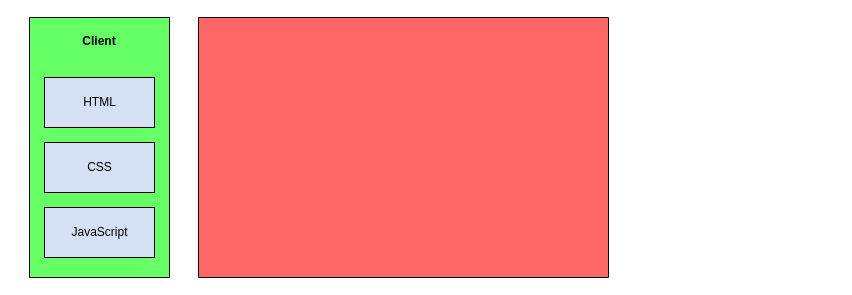
StarSkiller/Diagrams keeps this draw.io diagram as diagrams SWP/Unbenanntes Diagramm.drawio. Above is the earlier version. Source tidied: cells renumbered, new cells numbered last; positions are measured from the earlier drawing's top-left corner, leaving out a move shared by most shapes. Both pictures are drawn from the tidied source at 100%, with x=0, y=0 at pixel (29, 17).
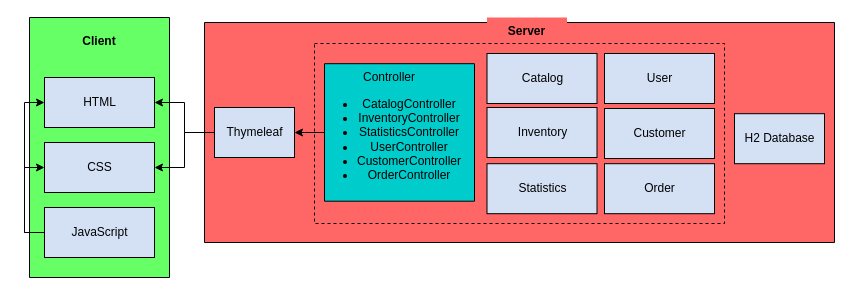
The same page after the edit.

The change refers to these unchanged cells:
```xml
<mxCell id="4" value="CSS" style="html=1;fillColor=#D4E1F5;" parent="1" vertex="1">
  <mxGeometry x="15" y="125" width="110" height="50" as="geometry" />
</mxCell>
<mxCell id="5" value="HTML" style="html=1;fillColor=#D4E1F5;" parent="1" vertex="1">
  <mxGeometry x="15" y="60" width="110" height="50" as="geometry" />
</mxCell>
<mxCell id="6" value="JavaScript" style="html=1;fillColor=#D4E1F5;" parent="1" vertex="1">
  <mxGeometry x="15" y="190" width="110" height="50" as="geometry" />
</mxCell>
```

Diff of the diagram source:
```diff
@@
+    <mxCell id="8" style="edgeStyle=orthogonalEdgeStyle;rounded=0;jettySize=auto;html=1;exitX=0;exitY=0.5;exitDx=0;exitDy=0;entryX=0;entryY=0.5;entryDx=0;entryDy=0;" parent="1" edge="1" source="6" target="4">
+      <mxGeometry relative="1" as="geometry" />
+    </mxCell>
+    <mxCell id="9" style="edgeStyle=orthogonalEdgeStyle;rounded=0;jettySize=auto;html=1;exitX=0;exitY=0.5;exitDx=0;exitDy=0;entryX=0;entryY=0.5;entryDx=0;entryDy=0;" parent="1" edge="1" source="6" target="5">
+      <mxGeometry relative="1" as="geometry" />
+    </mxCell>
@@
     <mxCell id="7" style="verticalLabelPosition=bottom;verticalAlign=top;html=1;shape=mxgraph.basic.rect;fillColor2=none;strokeWidth=1;size=20;indent=5;fillColor=#FF6666;" parent="1" vertex="1">
-      <mxGeometry x="169" width="410" height="260" as="geometry" />
+      <mxGeometry x="175" y="5" width="630" height="220" as="geometry" />
     </mxCell>
+    <mxCell id="10" value="Server" style="text;align=center;fontStyle=1;verticalAlign=middle;spacingLeft=3;spacingRight=3;strokeColor=none;fillColor=#FF6666;" parent="1" vertex="1">
+      <mxGeometry x="457.5" width="80" height="26" as="geometry" />
+    </mxCell>
+    <mxCell id="11" style="edgeStyle=orthogonalEdgeStyle;rounded=0;jettySize=auto;html=1;exitX=0;exitY=0.5;exitDx=0;exitDy=0;entryX=1;entryY=0.5;entryDx=0;entryDy=0;" parent="1" edge="1" source="13" target="5">
+      <mxGeometry relative="1" as="geometry" />
+    </mxCell>
+    <mxCell id="12" style="edgeStyle=orthogonalEdgeStyle;rounded=0;jettySize=auto;html=1;entryX=1;entryY=0.5;entryDx=0;entryDy=0;" parent="1" edge="1" source="13" target="4">
+      <mxGeometry relative="1" as="geometry" />
+    </mxCell>
+    <mxCell id="13" value="Thymeleaf" style="html=1;fillColor=#D4E1F5;" parent="1" vertex="1">
+      <mxGeometry x="185" y="90" width="80" height="50" as="geometry" />
+    </mxCell>
+    <mxCell id="14" style="verticalLabelPosition=bottom;verticalAlign=top;html=1;shape=mxgraph.basic.rect;fillColor2=none;strokeWidth=1;size=20;indent=5;fillColor=#FF6666;dashed=1;" parent="1" vertex="1">
+      <mxGeometry x="285" y="26" width="410" height="180" as="geometry" />
+    </mxCell>
+    <mxCell id="15" style="edgeStyle=orthogonalEdgeStyle;rounded=0;jettySize=auto;html=1;entryX=1;entryY=0.5;entryDx=0;entryDy=0;" parent="1" edge="1" source="23" target="13">
+      <mxGeometry relative="1" as="geometry" />
+    </mxCell>
+    <mxCell id="16" value="Catalog" style="html=1;fillColor=#D4E1F5;" parent="1" vertex="1">
+      <mxGeometry x="457.5" y="36" width="110" height="50" as="geometry" />
+    </mxCell>
+    <mxCell id="17" value="Order" style="html=1;fillColor=#D4E1F5;" parent="1" vertex="1">
+      <mxGeometry x="575" y="146.2" width="110" height="50" as="geometry" />
+    </mxCell>
+    <mxCell id="18" value="Statistics" style="html=1;fillColor=#D4E1F5;" parent="1" vertex="1">
+      <mxGeometry x="457.5" y="146.2" width="110" height="50" as="geometry" />
+    </mxCell>
+    <mxCell id="19" value="User" style="html=1;fillColor=#D4E1F5;" parent="1" vertex="1">
+      <mxGeometry x="575" y="36" width="110" height="50" as="geometry" />
+    </mxCell>
+    <mxCell id="20" value="Customer" style="html=1;fillColor=#D4E1F5;" parent="1" vertex="1">
+      <mxGeometry x="575" y="91" width="110" height="50" as="geometry" />
+    </mxCell>
+    <mxCell id="21" value="Inventory" style="html=1;fillColor=#D4E1F5;" parent="1" vertex="1">
+      <mxGeometry x="457.5" y="90" width="110" height="50" as="geometry" />
+    </mxCell>
+    <mxCell id="22" style="group;" parent="1" vertex="1">
+      <mxGeometry x="295" y="46.2" width="150" height="137.5" as="geometry" />
+    </mxCell>
+    <mxCell id="23" style="verticalLabelPosition=bottom;verticalAlign=top;html=1;shape=mxgraph.basic.rect;fillColor2=none;strokeWidth=1;size=20;indent=5;fillColor=#00CCCC;" parent="22" vertex="1">
+      <mxGeometry width="150" height="137.5" as="geometry" />
+    </mxCell>
+    <mxCell id="24" value="Controller&lt;br&gt;&lt;ul&gt;&lt;li&gt;CatalogController&lt;/li&gt;&lt;li&gt;InventoryController&lt;/li&gt;&lt;li&gt;StatisticsController&lt;/li&gt;&lt;li&gt;UserController&lt;/li&gt;&lt;li&gt;CustomerController&lt;/li&gt;&lt;li&gt;OrderController&lt;/li&gt;&lt;/ul&gt;" style="text;html=1;strokeColor=none;fillColor=none;align=center;verticalAlign=middle;whiteSpace=wrap;rounded=0;" parent="22" vertex="1">
+      <mxGeometry y="3.8" width="130" height="130" as="geometry" />
+    </mxCell>
+    <mxCell id="25" value="H2 Database" style="html=1;fillColor=#D4E1F5;" parent="1" vertex="1">
+      <mxGeometry x="705" y="96.2" width="90" height="50" as="geometry" />
+    </mxCell>
```
